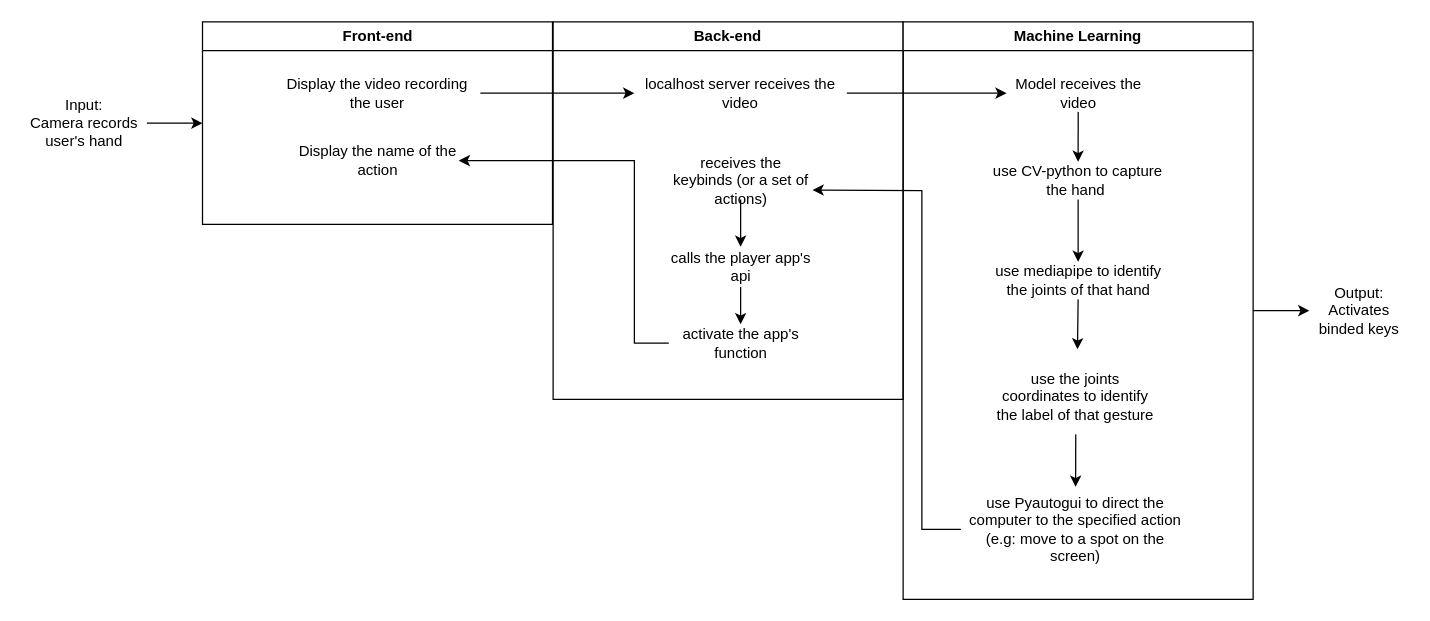
Earlier version of the draw.io diagram handgesture-pipeline-api.drawio (LamPhamNgoc1310/USTHGroupProject). Source tidied: cells renumbered, new cells numbered last; positions are measured from the earlier drawing's top-left corner, leaving out a move shared by most shapes. Both pictures are drawn from the tidied source at 125%, with x=0, y=0 at pixel (21, 21).
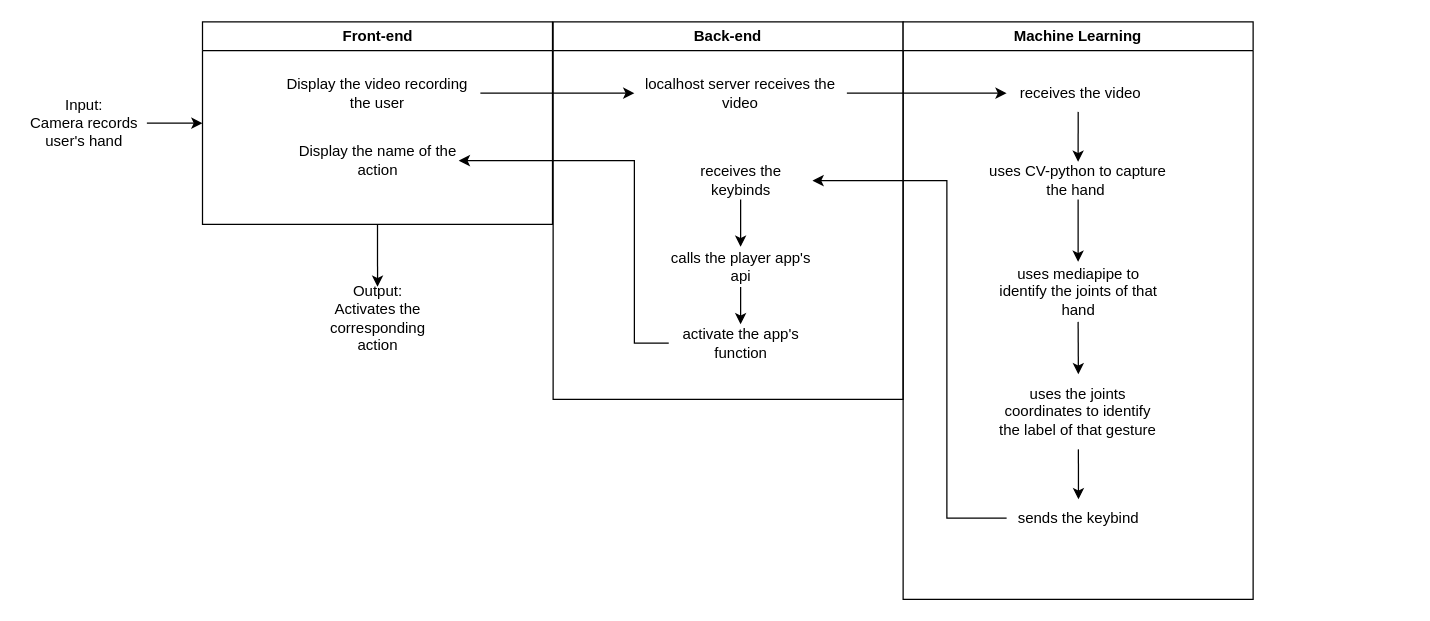
The same diagram, later.

The change refers to these unchanged cells:
```xml
<mxCell id="2" value="Front-end" style="swimlane;whiteSpace=wrap;" parent="1" vertex="1">
  <mxGeometry x="144.5" width="280" height="162" as="geometry" />
</mxCell>
<mxCell id="5" value="Back-end" style="swimlane;whiteSpace=wrap;startSize=23;" parent="1" vertex="1">
  <mxGeometry x="425" width="280" height="302" as="geometry" />
</mxCell>
<mxCell id="12" value="Machine Learning" style="swimlane;whiteSpace=wrap;" parent="1" vertex="1">
  <mxGeometry x="705" width="280" height="462" as="geometry" />
</mxCell>
```

Diff of the diagram source:
```diff
@@
-    <mxCell id="7" value="receives the keybinds (or a set of actions)" style="text;html=1;align=center;verticalAlign=middle;whiteSpace=wrap;rounded=0;" parent="5" vertex="1">
+    <mxCell id="7" value="receives the keybinds" style="text;html=1;align=center;verticalAlign=middle;whiteSpace=wrap;rounded=0;" parent="5" vertex="1">
       <mxGeometry x="92.5" y="112" width="115" height="30" as="geometry" />
     </mxCell>
@@
-    <mxCell id="13" value="Model receives the video" style="text;html=1;align=center;verticalAlign=middle;whiteSpace=wrap;rounded=0;" parent="12" vertex="1">
+    <mxCell id="13" value="&amp;nbsp;receives the video" style="text;html=1;align=center;verticalAlign=middle;whiteSpace=wrap;rounded=0;" parent="12" vertex="1">
       <mxGeometry x="82.8" y="42" width="114.5" height="30" as="geometry" />
     </mxCell>
-    <mxCell id="14" value="use CV-python to capture the hand&amp;nbsp;" style="text;html=1;align=center;verticalAlign=middle;whiteSpace=wrap;rounded=0;" parent="12" vertex="1">
+    <mxCell id="14" value="uses CV-python to capture the hand&amp;nbsp;" style="text;html=1;align=center;verticalAlign=middle;whiteSpace=wrap;rounded=0;" parent="12" vertex="1">
       <mxGeometry x="65" y="112" width="150" height="30" as="geometry" />
     </mxCell>
-    <mxCell id="15" value="use mediapipe to identify the joints of that hand" style="text;html=1;align=center;verticalAlign=middle;whiteSpace=wrap;rounded=0;" parent="12" vertex="1">
-      <mxGeometry x="72.5" y="192" width="135" height="30" as="geometry" />
+    <mxCell id="15" value="uses mediapipe to identify the joints of that hand" style="text;html=1;align=center;verticalAlign=middle;whiteSpace=wrap;rounded=0;" parent="12" vertex="1">
+      <mxGeometry x="72.5" y="192" width="135" height="48" as="geometry" />
     </mxCell>
-    <mxCell id="16" value="use the joints coordinates to identify the label of that gesture" style="text;html=1;align=center;verticalAlign=middle;whiteSpace=wrap;rounded=0;" parent="12" vertex="1">
-      <mxGeometry x="73.1" y="270" width="130" height="60" as="geometry" />
+    <mxCell id="16" value="uses the joints coordinates to identify the label of that gesture" style="text;html=1;align=center;verticalAlign=middle;whiteSpace=wrap;rounded=0;" parent="12" vertex="1">
+      <mxGeometry x="75.2" y="282" width="130" height="60" as="geometry" />
     </mxCell>
-    <mxCell id="17" value="use Pyautogui to direct the computer to the specified action (e.g: move to a spot on the screen)" style="text;html=1;align=center;verticalAlign=middle;whiteSpace=wrap;rounded=0;" parent="12" vertex="1">
-      <mxGeometry x="46.2" y="372" width="183.8" height="68" as="geometry" />
-    </mxCell>
@@
-    <mxCell id="20" style="endArrow=classic;html=1;rounded=0;exitX=0.5;exitY=1;exitDx=0;exitDy=0;" parent="12" edge="1" source="15">
-      <mxGeometry relative="1" as="geometry">
-        <mxPoint x="139.5" y="262" as="targetPoint" />
-      </mxGeometry>
+    <mxCell id="20" style="endArrow=classic;html=1;rounded=0;exitX=0.5;exitY=1;exitDx=0;exitDy=0;entryX=0.5;entryY=0;entryDx=0;entryDy=0;" parent="12" edge="1" source="15" target="16">
+      <mxGeometry relative="1" as="geometry" />
     </mxCell>
-    <mxCell id="21" style="endArrow=classic;html=1;rounded=0;exitX=0.5;exitY=1;exitDx=0;exitDy=0;" parent="12" edge="1" source="16">
-      <mxGeometry relative="1" as="geometry">
-        <mxPoint x="138" y="372" as="targetPoint" />
-      </mxGeometry>
+    <mxCell id="21" style="endArrow=classic;html=1;rounded=0;exitX=0.5;exitY=1;exitDx=0;exitDy=0;entryX=0.5;entryY=0;entryDx=0;entryDy=0;" parent="12" edge="1" source="16" target="30">
+      <mxGeometry relative="1" as="geometry" />
     </mxCell>
+    <mxCell id="30" value="sends the keybind" style="text;html=1;align=center;verticalAlign=middle;whiteSpace=wrap;rounded=0;" parent="12" vertex="1">
+      <mxGeometry x="82.8" y="382" width="115" height="30" as="geometry" />
+    </mxCell>
@@
-    <mxCell id="24" style="endArrow=classic;html=1;rounded=0;exitX=1;exitY=0.5;exitDx=0;exitDy=0;" parent="1" edge="1" source="12" target="25">
-      <mxGeometry relative="1" as="geometry" />
-    </mxCell>
-    <mxCell id="25" value="Output:&lt;div&gt;Activates binded keys&lt;/div&gt;" style="text;html=1;align=center;verticalAlign=middle;whiteSpace=wrap;rounded=0;" parent="1" vertex="1">
-      <mxGeometry x="1030" y="216" width="80" height="30" as="geometry" />
-    </mxCell>
@@
-    <mxCell id="28" style="endArrow=classic;html=1;rounded=0;exitX=0;exitY=0.5;exitDx=0;exitDy=0;entryX=1;entryY=0.75;entryDx=0;entryDy=0;" parent="1" edge="1" source="17" target="7">
-      <mxGeometry relative="1" as="geometry">
-        <Array as="points">
-          <mxPoint x="720" y="406" />
-          <mxPoint x="720" y="135" />
-        </Array>
-      </mxGeometry>
-    </mxCell>
@@
+    <mxCell id="31" value="Output:&lt;div&gt;Activates the corresponding action&lt;/div&gt;" style="text;html=1;align=center;verticalAlign=middle;whiteSpace=wrap;rounded=0;" parent="1" vertex="1">
+      <mxGeometry x="246.8" y="212" width="75.5" height="50" as="geometry" />
+    </mxCell>
+    <mxCell id="32" style="endArrow=classic;html=1;rounded=0;entryX=0.5;entryY=0;entryDx=0;entryDy=0;exitX=0.5;exitY=1;exitDx=0;exitDy=0;" parent="1" edge="1" source="2" target="31">
+      <mxGeometry relative="1" as="geometry" />
+    </mxCell>
+    <mxCell id="33" style="endArrow=classic;html=1;rounded=0;exitX=0;exitY=0.5;exitDx=0;exitDy=0;entryX=1;entryY=0.5;entryDx=0;entryDy=0;" parent="1" edge="1" source="30" target="7">
+      <mxGeometry relative="1" as="geometry">
+        <Array as="points">
+          <mxPoint x="740" y="397" />
+          <mxPoint x="740" y="257" />
+          <mxPoint x="740" y="127" />
+        </Array>
+      </mxGeometry>
+    </mxCell>
```
